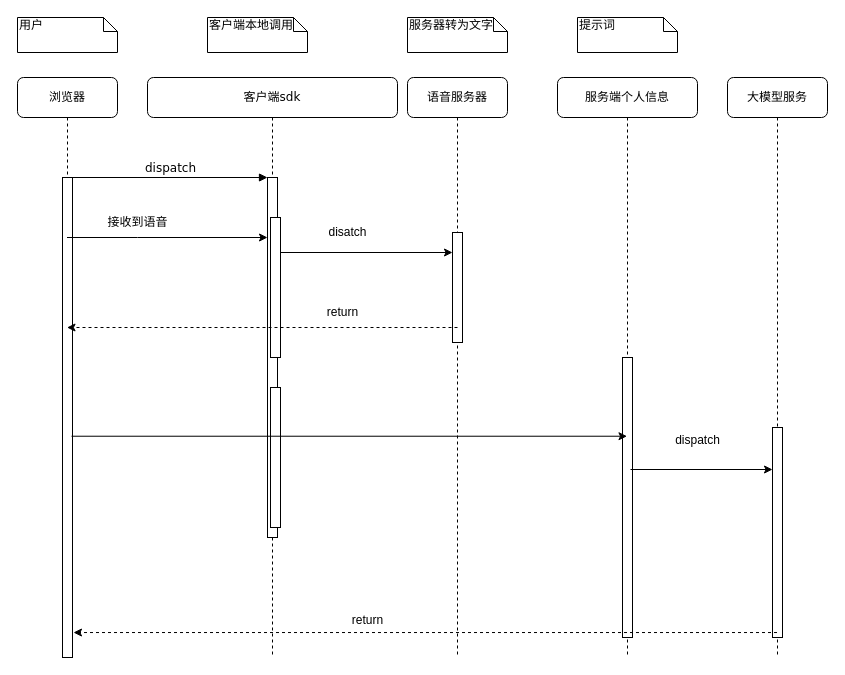
FukoH/design-files keeps this draw.io diagram as 未命名绘图.drawio. Above is the earlier version. Source tidied: cells renumbered, new cells numbered last; positions are measured from the earlier drawing's top-left corner, leaving out a move shared by most shapes. Both pictures are drawn from the tidied source at 100%, with x=0, y=0 at pixel (17, 17).
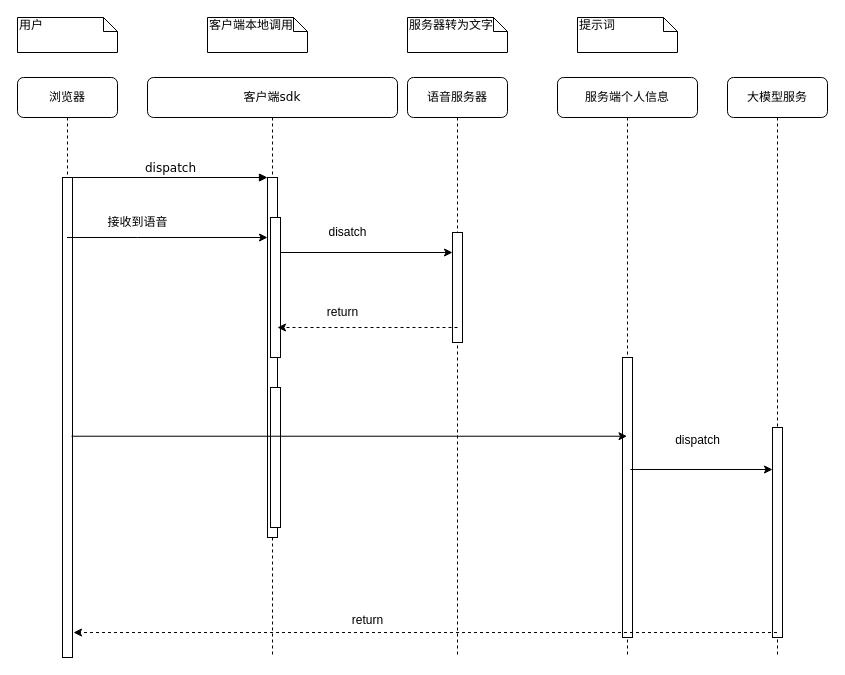
The same diagram, later.

Commit message:
更新时序图.drawio

Unchanged cells that the change refers to:
```xml
<mxCell id="12" value="浏览器" style="shape=umlLifeline;perimeter=lifelinePerimeter;whiteSpace=wrap;html=1;outlineConnect=0;rounded=1;shadow=0;comic=0;labelBackgroundColor=none;strokeWidth=1;fontFamily=Verdana;fontSize=12;align=center;" parent="1" vertex="1">
  <mxGeometry y="60" width="100" height="580" as="geometry" />
</mxCell>
```

What changed in the source:
```diff
@@
-    <mxCell id="24" style="endArrow=classic;html=1;rounded=0;dashed=1;" parent="1" edge="1" target="12">
+    <mxCell id="24" style="endArrow=classic;html=1;rounded=0;dashed=1;" parent="1" edge="1">
       <mxGeometry relative="1" as="geometry">
         <mxPoint x="440" y="310" as="sourcePoint" />
+        <mxPoint x="260" y="310" as="targetPoint" />
       </mxGeometry>
     </mxCell>
```
